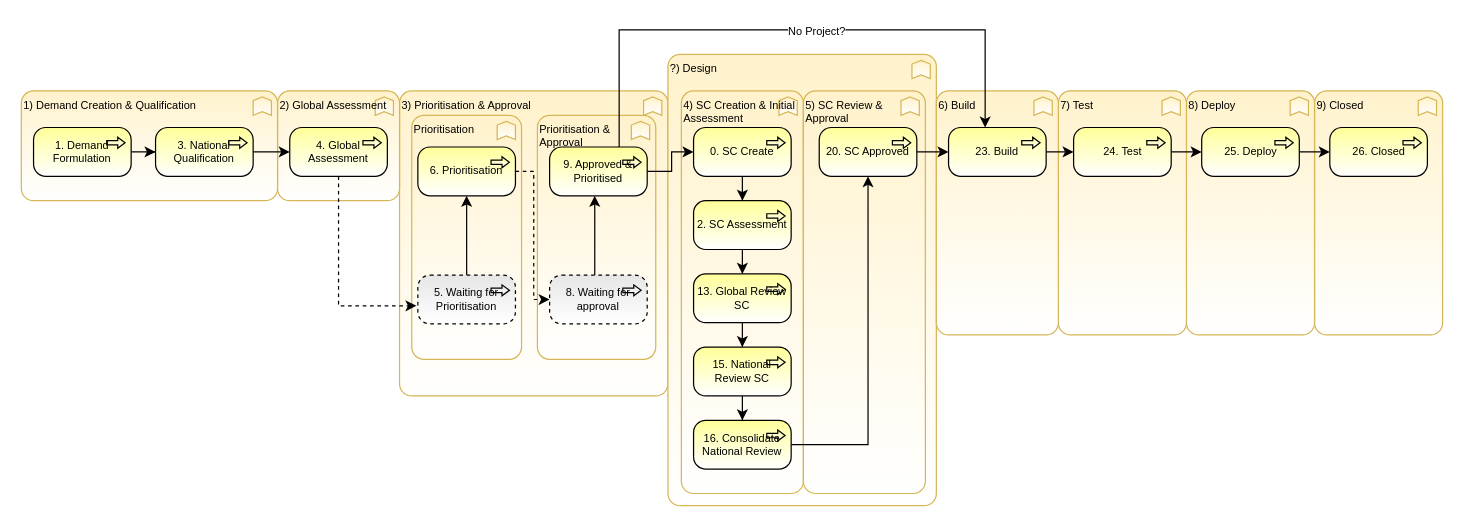
algimas/tmp keeps this draw.io diagram as page "Page-1" (1 of 2) of SnowOpmf.drawio. Above is the earlier version. Source tidied: cells renumbered, new cells numbered last; positions are measured from the earlier drawing's top-left corner, leaving out a move shared by most shapes. Both pictures are drawn from the tidied source at 122%, with x=0, y=0 at pixel (21, 29).
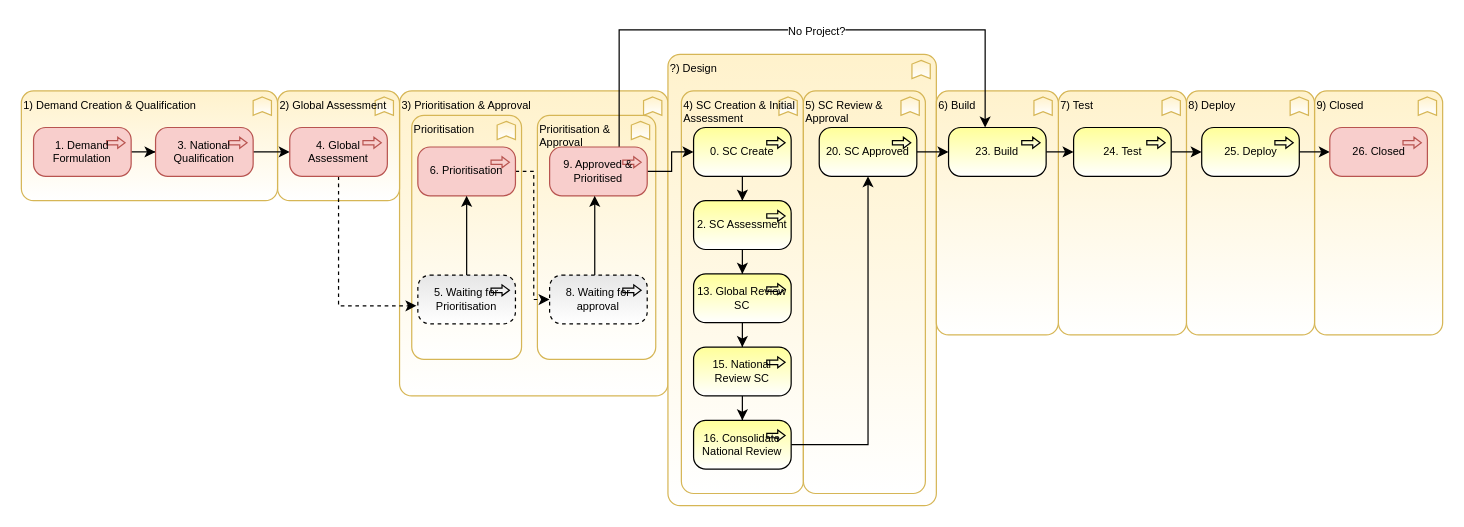
After the change.

What changed in the source:
```diff
@@
-    <mxCell id="15" value="1. Demand Formulation" style="html=1;outlineConnect=0;whiteSpace=wrap;fillColor=#ffff99;shape=mxgraph.archimate3.application;appType=proc;archiType=rounded;gradientColor=#ffffff;fontSize=9;verticalAlign=middle;align=center;" parent="1" vertex="1">
+    <mxCell id="15" value="1. Demand Formulation" style="html=1;outlineConnect=0;whiteSpace=wrap;fillColor=#f8cecc;shape=mxgraph.archimate3.application;appType=proc;archiType=rounded;fontSize=9;verticalAlign=middle;align=center;strokeColor=#b85450;" parent="1" vertex="1">
       <mxGeometry x="10" y="80" width="80" height="40" as="geometry" />
     </mxCell>
@@
-    <mxCell id="17" value="3. National Qualification" style="html=1;outlineConnect=0;whiteSpace=wrap;fillColor=#ffff99;shape=mxgraph.archimate3.application;appType=proc;archiType=rounded;gradientColor=#ffffff;fontSize=9;" parent="1" vertex="1">
+    <mxCell id="17" value="3. National Qualification" style="html=1;outlineConnect=0;whiteSpace=wrap;fillColor=#f8cecc;shape=mxgraph.archimate3.application;appType=proc;archiType=rounded;fontSize=9;strokeColor=#b85450;" parent="1" vertex="1">
       <mxGeometry x="110" y="80" width="80" height="40" as="geometry" />
     </mxCell>
@@
-    <mxCell id="19" value="4. Global Assessment" style="html=1;outlineConnect=0;whiteSpace=wrap;fillColor=#ffff99;shape=mxgraph.archimate3.application;appType=proc;archiType=rounded;gradientColor=#ffffff;fontSize=9;" parent="1" vertex="1">
+    <mxCell id="19" value="4. Global Assessment" style="html=1;outlineConnect=0;whiteSpace=wrap;fillColor=#f8cecc;shape=mxgraph.archimate3.application;appType=proc;archiType=rounded;fontSize=9;strokeColor=#b85450;" parent="1" vertex="1">
       <mxGeometry x="220" y="80" width="80" height="40" as="geometry" />
     </mxCell>
@@
-    <mxCell id="21" value="6. Prioritisation" style="html=1;outlineConnect=0;whiteSpace=wrap;fillColor=#ffff99;shape=mxgraph.archimate3.application;appType=proc;archiType=rounded;gradientColor=#ffffff;fontSize=9;" parent="1" vertex="1">
+    <mxCell id="21" value="6. Prioritisation" style="html=1;outlineConnect=0;whiteSpace=wrap;fillColor=#f8cecc;shape=mxgraph.archimate3.application;appType=proc;archiType=rounded;fontSize=9;strokeColor=#b85450;" parent="1" vertex="1">
       <mxGeometry x="325" y="96" width="80" height="40" as="geometry" />
     </mxCell>
@@
-    <mxCell id="25" value="9. Approved &amp;amp; Prioritised" style="html=1;outlineConnect=0;whiteSpace=wrap;fillColor=#ffff99;shape=mxgraph.archimate3.application;appType=proc;archiType=rounded;gradientColor=#ffffff;fontSize=9;" parent="1" vertex="1">
+    <mxCell id="25" value="9. Approved &amp;amp; Prioritised" style="html=1;outlineConnect=0;whiteSpace=wrap;fillColor=#f8cecc;shape=mxgraph.archimate3.application;appType=proc;archiType=rounded;fontSize=9;strokeColor=#b85450;" parent="1" vertex="1">
       <mxGeometry x="433" y="96" width="80" height="40" as="geometry" />
     </mxCell>
@@
-    <mxCell id="34" value="26. Closed" style="html=1;outlineConnect=0;whiteSpace=wrap;fillColor=#ffff99;shape=mxgraph.archimate3.application;appType=proc;archiType=rounded;gradientColor=#ffffff;fontSize=9;" parent="1" vertex="1">
+    <mxCell id="34" value="26. Closed" style="html=1;outlineConnect=0;whiteSpace=wrap;fillColor=#f8cecc;shape=mxgraph.archimate3.application;appType=proc;archiType=rounded;fontSize=9;strokeColor=#b85450;" parent="1" vertex="1">
       <mxGeometry x="1072.5" y="80" width="80" height="40" as="geometry" />
     </mxCell>
```
